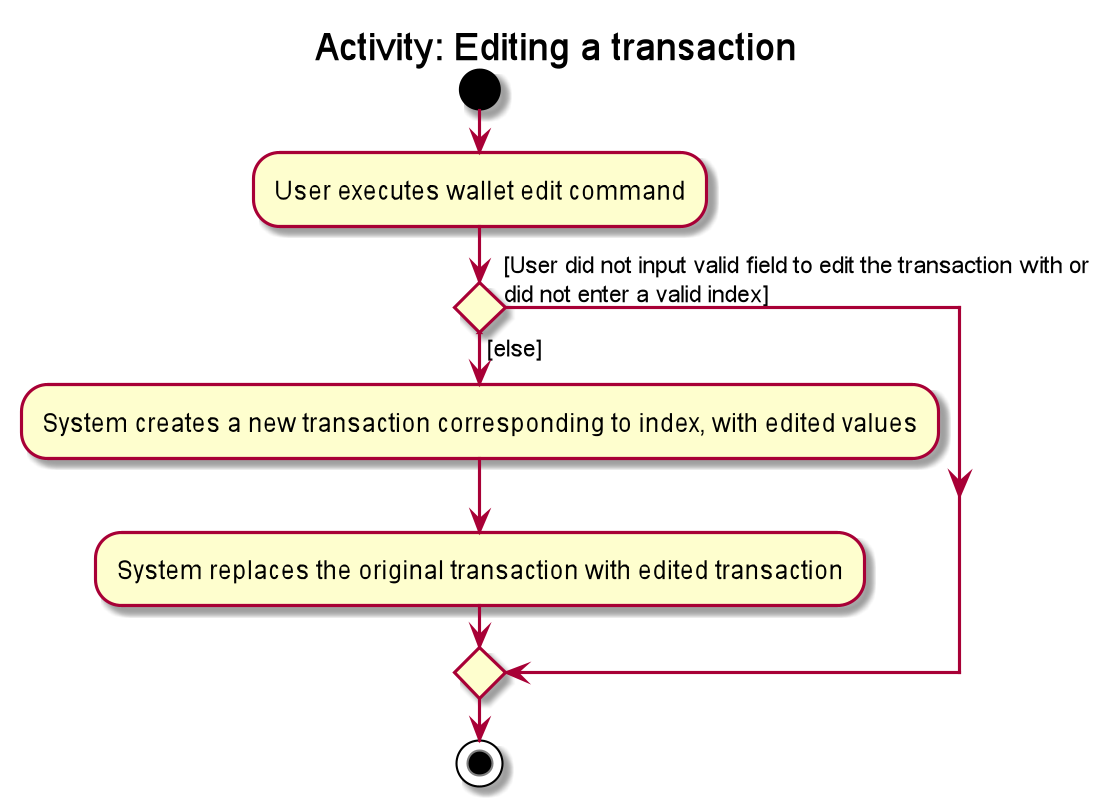
The PlantUML diagram docs/images/WalletEditActivityDiagram.png in syinyichen/main, before a commit.
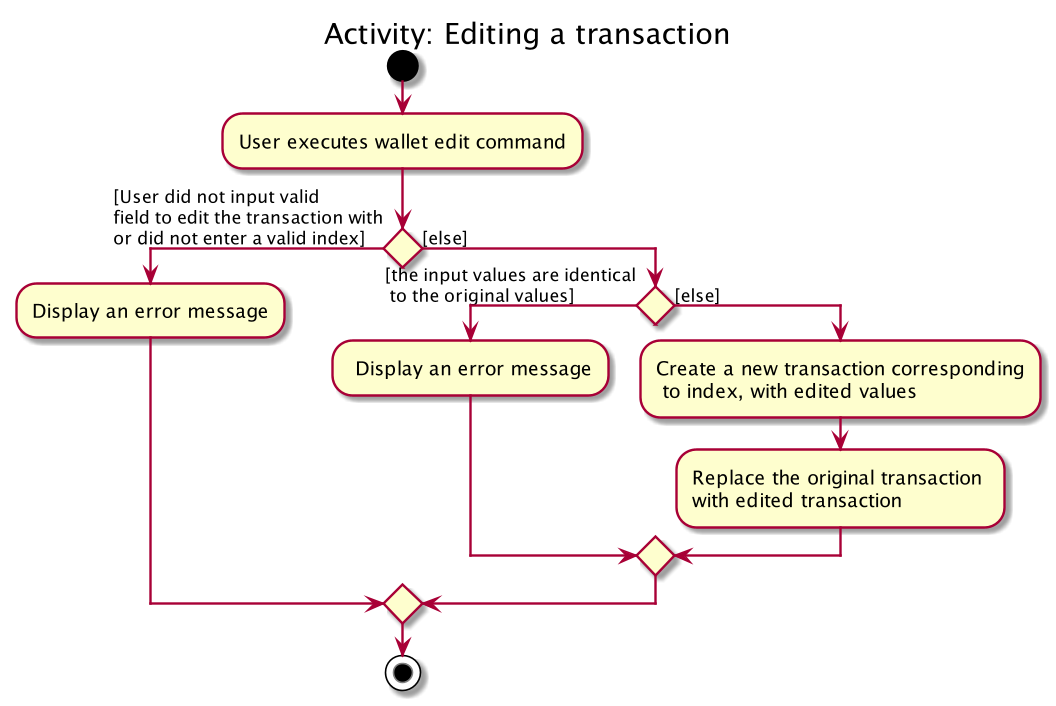
After the change.

Diff of the diagram source:
```diff
@@ -4,11 +4,16 @@
 
 :User executes wallet edit command;
 
-if () then ([User did not input valid field to edit the transaction with or
-did not enter a valid index])
+if () then ([User did not input valid \nfield to edit the transaction with
+or did not enter a valid index])
+        :Display an error message;
 else ([else])
-        :System creates a new transaction corresponding to index, with edited values;
-        :System replaces the original transaction with edited transaction;
+    if () then ([the input values are identical\n to the original values])
+        : Display an error message;
+    else ([else])
+        :Create a new transaction corresponding\n to index, with edited values;
+        :Replace the original transaction \nwith edited transaction;
+    endif
 endif
 stop
 @enduml
```
